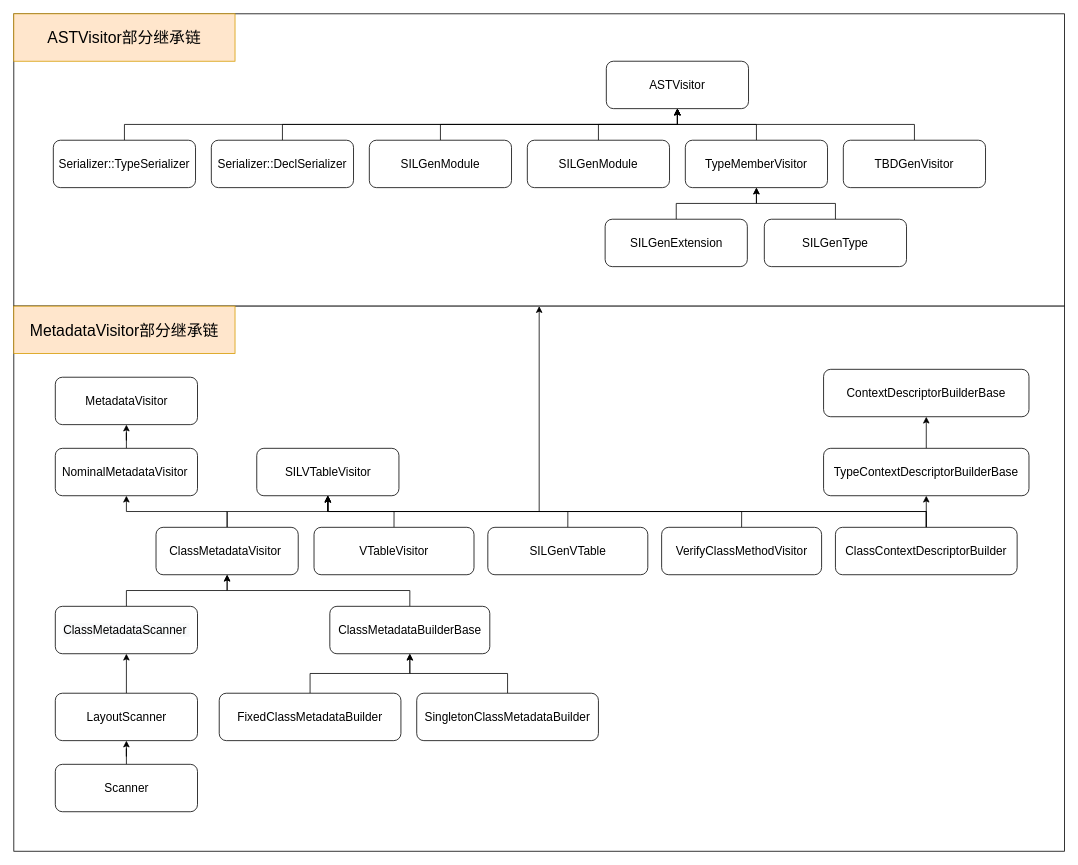
star-j/Flowchart keeps this draw.io diagram as ClassDescriptor.drawio. Above is the earlier version. Source tidied: cells renumbered, new cells numbered last; positions are measured from the earlier drawing's top-left corner, leaving out a move shared by most shapes. Both pictures are drawn from the tidied source at 79%, with x=0, y=0 at pixel (13, 13).
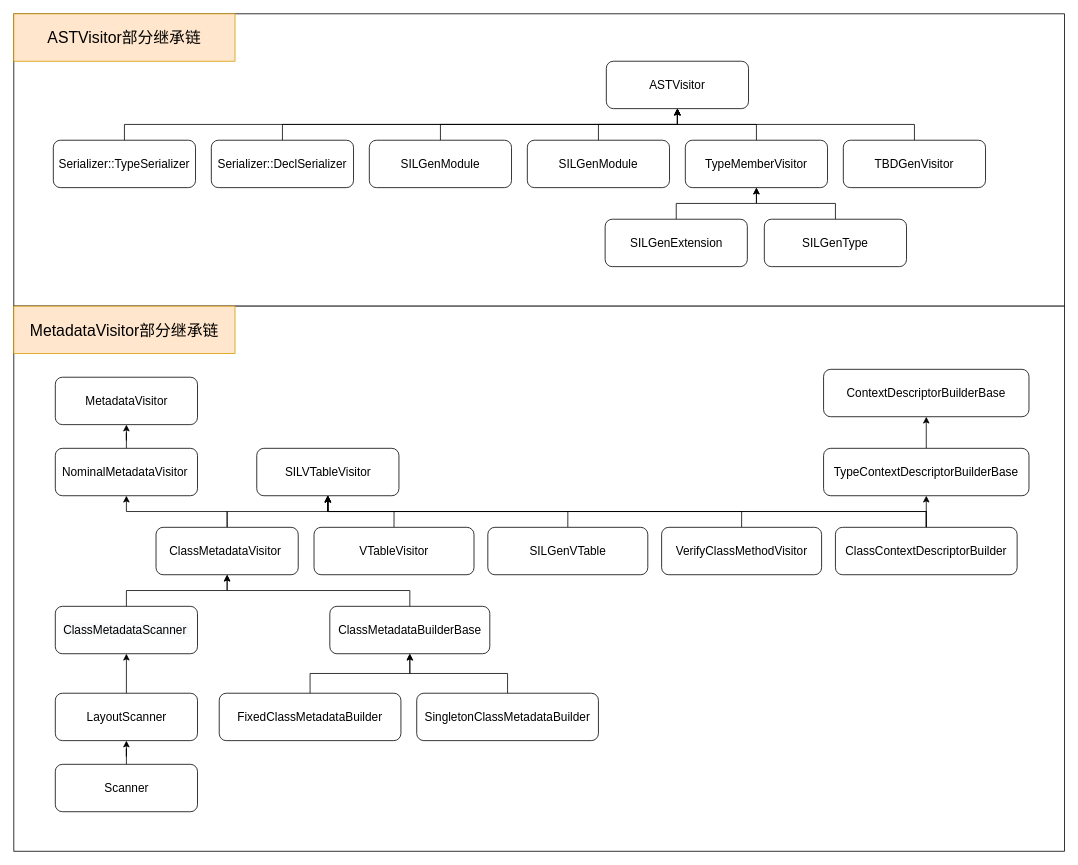
After the change.

The change refers to these unchanged cells:
```xml
<mxCell id="3" style="rounded=0;whiteSpace=wrap;html=1;fontSize=15;" parent="1" vertex="1">
  <mxGeometry y="370" width="1330" height="690" as="geometry" />
</mxCell>
<mxCell id="15" value="SILVTableVisitor" style="whiteSpace=wrap;html=1;fontSize=15;rounded=1;" parent="1" vertex="1">
  <mxGeometry x="307.5" y="550" width="180" height="60" as="geometry" />
</mxCell>
<mxCell id="32" value="ClassContextDescriptorBuilder" style="whiteSpace=wrap;html=1;fontSize=15;rounded=1;" parent="1" vertex="1">
  <mxGeometry x="1040" y="650" width="230" height="60" as="geometry" />
</mxCell>
```

The edit, as a diff of the source:
```diff
@@
-    <mxCell id="30" style="edgeStyle=orthogonalEdgeStyle;rounded=0;jettySize=auto;html=1;exitX=0.5;exitY=0;exitDx=0;exitDy=0;fontSize=20;" parent="1" edge="1" source="32" target="3">
+    <mxCell id="30" style="edgeStyle=orthogonalEdgeStyle;rounded=0;jettySize=auto;html=1;exitX=0.5;exitY=0;exitDx=0;exitDy=0;fontSize=20;entryX=0.5;entryY=1;entryDx=0;entryDy=0;" parent="1" edge="1" source="32" target="15">
       <mxGeometry relative="1" as="geometry" />
     </mxCell>
```
